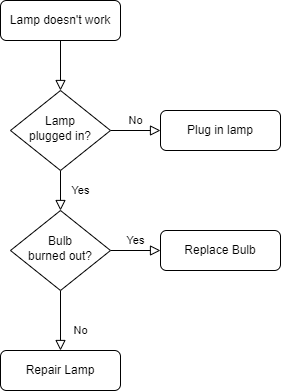
Earlier version of the draw.io export Lab3.png (KirillBaboshko/Lab3_block). Source tidied: cells renumbered, new cells last; positions are measured from the earlier drawing's top-left corner, leaving out a move shared by most shapes.
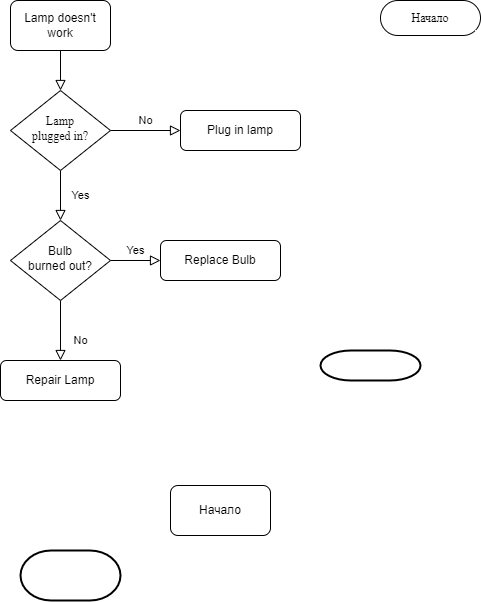
Above is the later version.

Change to the diagram source:
```diff
@@ -6,7 +6,7 @@
       <mxGeometry relative="1" as="geometry" />
     </mxCell>
     <mxCell id="3" value="Lamp doesn't work" style="rounded=1;whiteSpace=wrap;html=1;fontSize=12;glass=0;strokeWidth=1;shadow=0;" parent="1" vertex="1">
-      <mxGeometry width="120" height="40" as="geometry" />
+      <mxGeometry x="10" y="-10" width="100" height="50" as="geometry" />
     </mxCell>
     <mxCell id="4" value="Yes" style="rounded=0;html=1;jettySize=auto;fontSize=11;endArrow=block;endFill=0;endSize=8;strokeWidth=1;shadow=0;labelBackgroundColor=none;edgeStyle=orthogonalEdgeStyle;" parent="1" edge="1" source="6" target="10">
       <mxGeometry y="20" relative="1" as="geometry" />
@@ -14,11 +14,11 @@
     <mxCell id="5" value="No" style="edgeStyle=orthogonalEdgeStyle;rounded=0;html=1;jettySize=auto;fontSize=11;endArrow=block;endFill=0;endSize=8;strokeWidth=1;shadow=0;labelBackgroundColor=none;" parent="1" edge="1" source="6" target="7">
       <mxGeometry y="10" relative="1" as="geometry" />
     </mxCell>
-    <mxCell id="6" value="Lamp&lt;br&gt;plugged in?" style="rhombus;whiteSpace=wrap;html=1;shadow=0;fontFamily=Helvetica;fontSize=12;align=center;strokeWidth=1;spacing=6;spacingTop=-4;" parent="1" vertex="1">
-      <mxGeometry x="10" y="90" width="100" height="80" as="geometry" />
+    <mxCell id="6" value="Lamp&lt;br&gt;plugged in?" style="rhombus;whiteSpace=wrap;html=1;shadow=0;fontFamily=Gost TypeA;fontSize=12;align=center;strokeWidth=1;spacing=6;spacingTop=-4;fontSource=https%3A%2F%2Ffonts-online.ru%2Ffonts%2Fgost-type-a;" parent="1" vertex="1">
+      <mxGeometry x="10" y="80" width="100" height="80" as="geometry" />
     </mxCell>
     <mxCell id="7" value="Plug in lamp" style="rounded=1;whiteSpace=wrap;html=1;fontSize=12;glass=0;strokeWidth=1;shadow=0;" parent="1" vertex="1">
-      <mxGeometry x="160" y="110" width="120" height="40" as="geometry" />
+      <mxGeometry x="180" y="100" width="120" height="40" as="geometry" />
     </mxCell>
     <mxCell id="8" value="No" style="rounded=0;html=1;jettySize=auto;fontSize=11;endArrow=block;endFill=0;endSize=8;strokeWidth=1;shadow=0;labelBackgroundColor=none;edgeStyle=orthogonalEdgeStyle;" parent="1" edge="1" source="10" target="11">
       <mxGeometry x="0.33" y="20" relative="1" as="geometry" />
@@ -35,5 +35,17 @@
     <mxCell id="12" value="Replace Bulb" style="rounded=1;whiteSpace=wrap;html=1;fontSize=12;glass=0;strokeWidth=1;shadow=0;" parent="1" vertex="1">
       <mxGeometry x="160" y="230" width="120" height="40" as="geometry" />
     </mxCell>
+    <mxCell id="13" style="strokeWidth=2;html=1;shape=mxgraph.flowchart.terminator;whiteSpace=wrap;" parent="1" vertex="1">
+      <mxGeometry x="320" y="340" width="100" height="30" as="geometry" />
+    </mxCell>
+    <mxCell id="14" value="Начало" style="rounded=1;whiteSpace=wrap;html=1;direction=east;" parent="1" vertex="1">
+      <mxGeometry x="170" y="475" width="100" height="50" as="geometry" />
+    </mxCell>
+    <mxCell id="15" value="Начало" style="html=1;dashed=0;whiteSpace=wrap;shape=mxgraph.dfd.start;fontFamily=Gost TypeA;fontSource=https%3A%2F%2Ffonts-online.ru%2Ffonts%2Fgost-type-a;" parent="1" vertex="1">
+      <mxGeometry x="380" y="-10" width="100" height="35" as="geometry" />
+    </mxCell>
+    <mxCell id="16" style="strokeWidth=2;html=1;shape=mxgraph.flowchart.terminator;whiteSpace=wrap;" parent="1" vertex="1">
+      <mxGeometry x="20" y="540" width="100" height="50" as="geometry" />
+    </mxCell>
   </root>
 </mxGraphModel>
```
